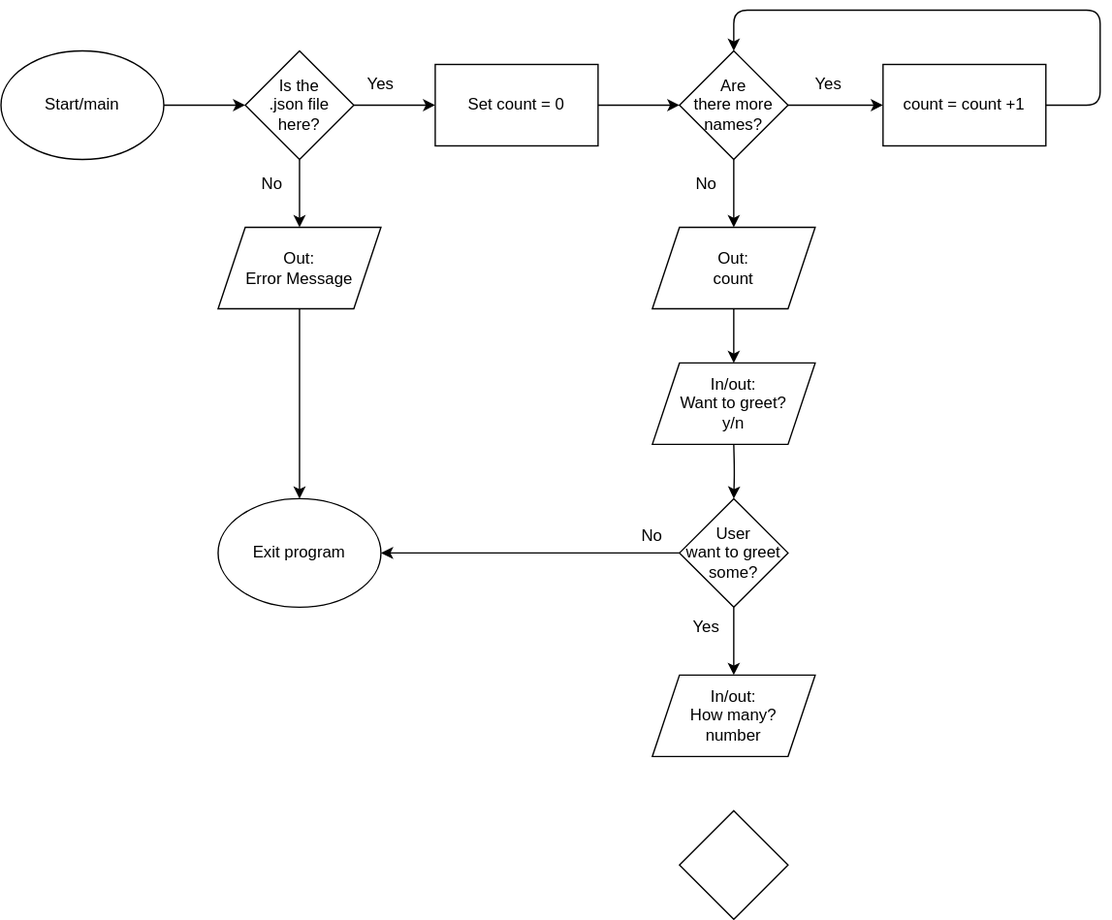
BombadilDK/greeting_data keeps this draw.io diagram as images/functions.drawio.svg. Above is the earlier version. Source tidied: cells renumbered, new cells last; positions are measured from the earlier drawing's top-left corner, leaving out a move shared by most shapes.
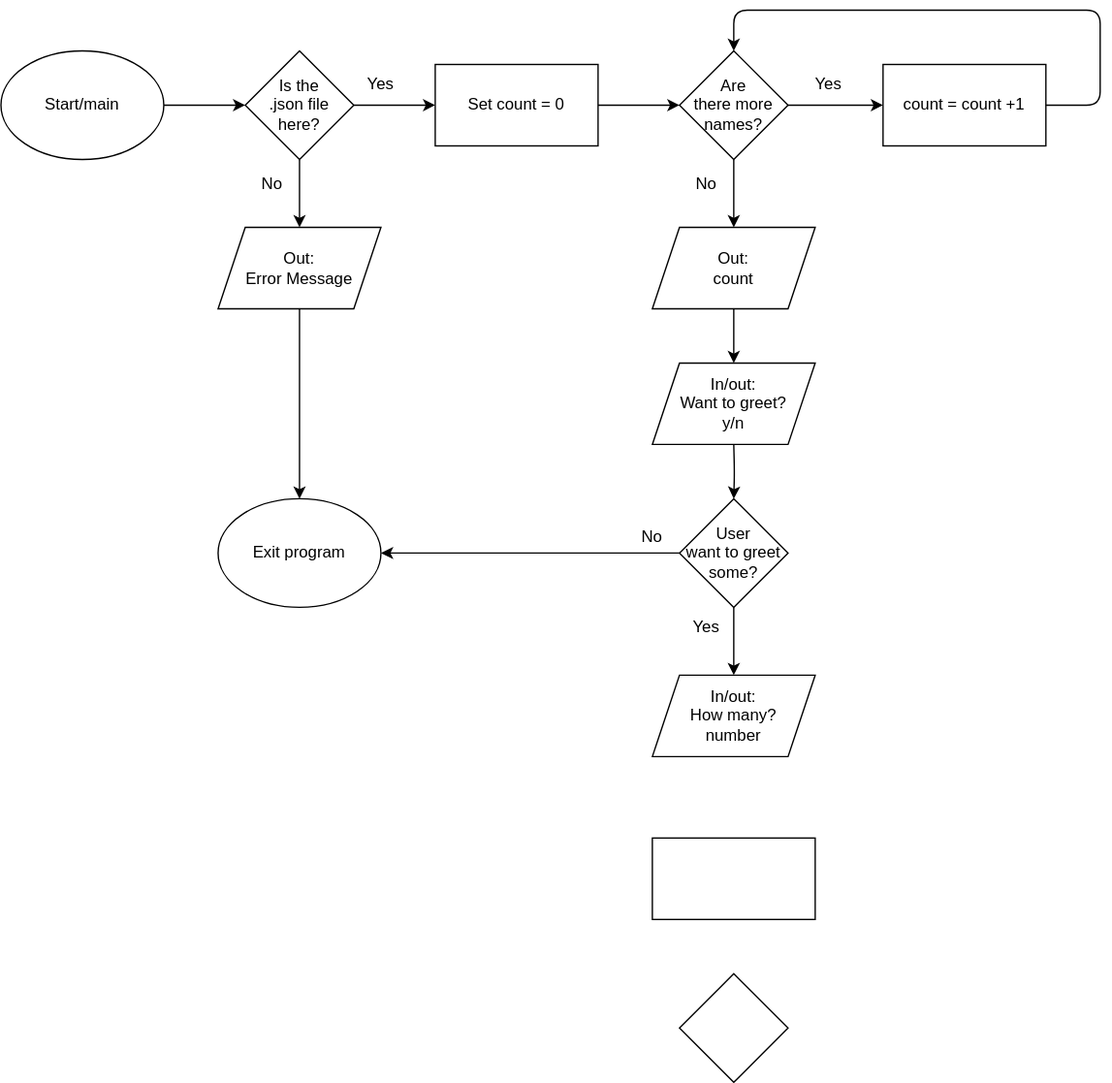
After the commit.

Commit message:
wip: Clean up repo

What changed in the source:
```diff
@@ -110,7 +110,10 @@
       <mxGeometry x="490" y="440" width="60" height="30" as="geometry" />
     </mxCell>
     <mxCell id="31" style="rhombus;whiteSpace=wrap;html=1;" parent="1" vertex="1">
-      <mxGeometry x="500" y="590" width="80" height="80" as="geometry" />
+      <mxGeometry x="500" y="710" width="80" height="80" as="geometry" />
     </mxCell>
+    <mxCell id="32" style="rounded=0;whiteSpace=wrap;html=1;" parent="1" vertex="1">
+      <mxGeometry x="480" y="610" width="120" height="60" as="geometry" />
+    </mxCell>
   </root>
 </mxGraphModel>
```
